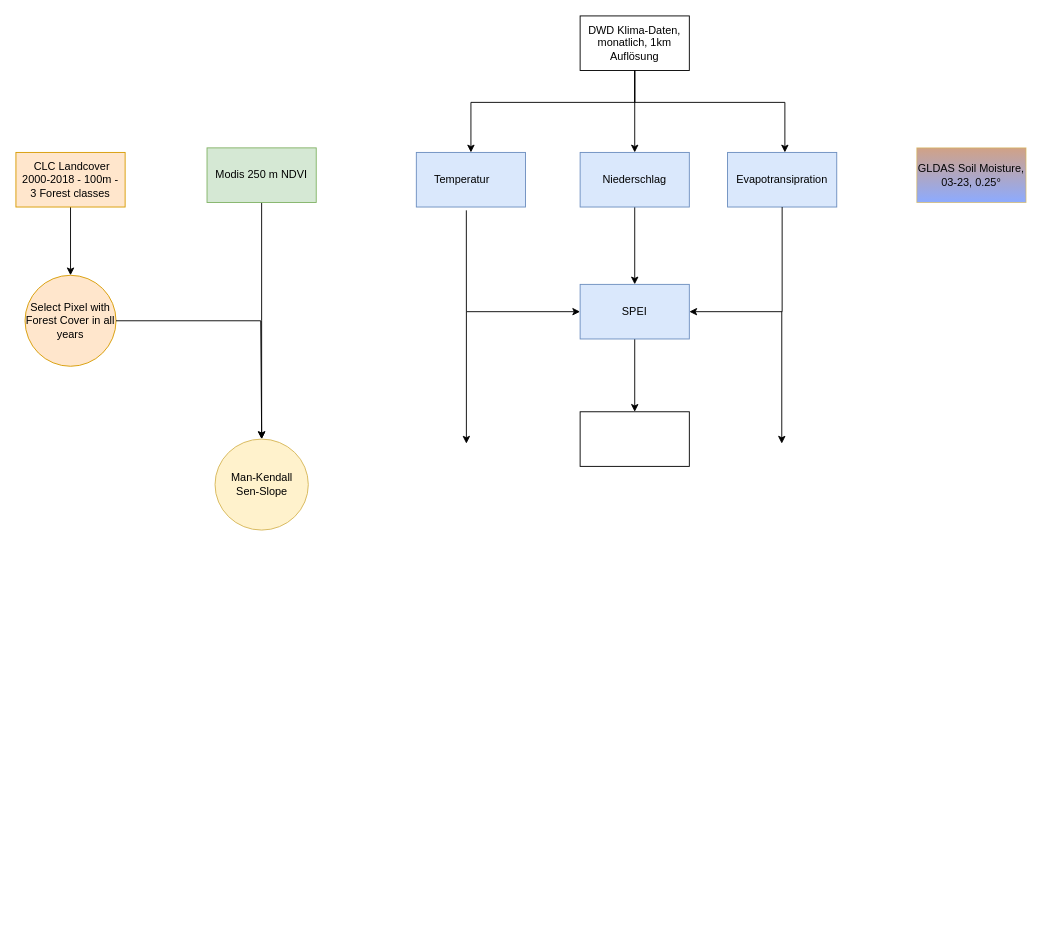
The draw.io diagram peng_project_github.drawio in luismaecker/Analyzing_Forest_Health, before the edit. Source tidied: cells renumbered, new cells numbered last; positions are measured from the earlier drawing's top-left corner, leaving out a move shared by most shapes. Both pictures are drawn from the tidied source at 91%, with x=0, y=0 at pixel (15, 15).
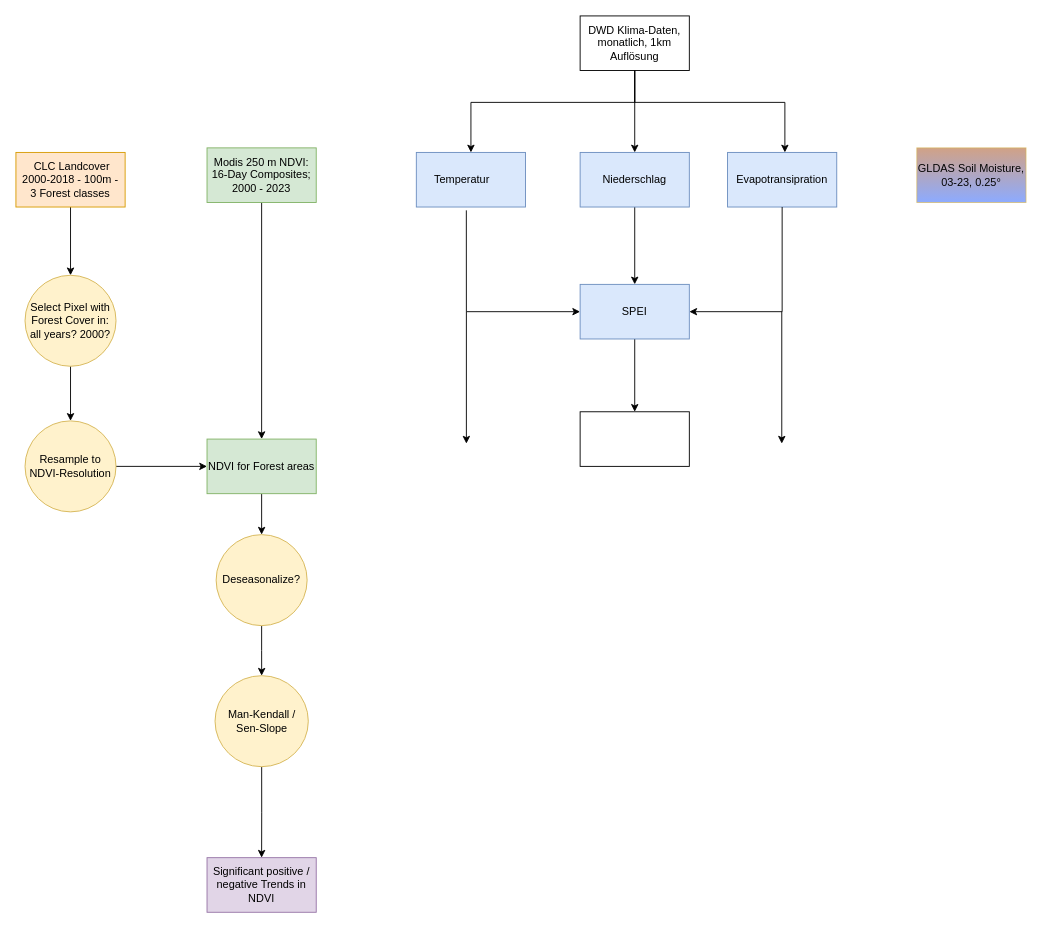
Above is the later version.

What changed in the source:
```diff
@@
-    <mxCell id="2" style="edgeStyle=orthogonalEdgeStyle;rounded=0;jettySize=auto;html=1;" parent="1" edge="1" source="3" target="22">
-      <mxGeometry relative="1" as="geometry" />
-    </mxCell>
+    <mxCell id="25" style="edgeStyle=orthogonalEdgeStyle;rounded=0;jettySize=auto;html=1;" parent="1" edge="1" source="3" target="29">
+      <mxGeometry relative="1" as="geometry" />
+    </mxCell>
-    <mxCell id="3" value="Modis 250 m NDVI" style="rounded=0;whiteSpace=wrap;html=1;fillColor=#d5e8d4;strokeColor=#82b366;" parent="1" vertex="1">
+    <mxCell id="3" value="Modis 250 m NDVI: 16-Day Composites; 2000 - 2023" style="rounded=0;whiteSpace=wrap;html=1;fillColor=#d5e8d4;strokeColor=#82b366;" parent="1" vertex="1">
       <mxGeometry x="210" y="145" width="120" height="60" as="geometry" />
     </mxCell>
@@
+    <mxCell id="26" style="edgeStyle=orthogonalEdgeStyle;rounded=0;jettySize=auto;html=1;" parent="1" edge="1" source="22" target="34">
+      <mxGeometry relative="1" as="geometry" />
+    </mxCell>
-    <mxCell id="22" value="Man-Kendall&lt;br&gt;Sen-Slope" style="ellipse;whiteSpace=wrap;html=1;fillColor=#fff2cc;strokeColor=#d6b656;rounded=0;" parent="1" vertex="1">
-      <mxGeometry x="218.8" y="465" width="102.5" height="100" as="geometry" />
+    <mxCell id="22" value="Man-Kendall /&lt;br&gt;Sen-Slope" style="ellipse;whiteSpace=wrap;html=1;fillColor=#fff2cc;strokeColor=#d6b656;rounded=0;" parent="1" vertex="1">
+      <mxGeometry x="218.8" y="725" width="102.5" height="100" as="geometry" />
     </mxCell>
+    <mxCell id="27" style="edgeStyle=orthogonalEdgeStyle;rounded=0;jettySize=auto;html=1;" parent="1" edge="1" source="23" target="33">
+      <mxGeometry relative="1" as="geometry" />
+    </mxCell>
-    <mxCell id="23" value="Select Pixel with Forest Cover in all years" style="ellipse;whiteSpace=wrap;html=1;fillColor=#ffe6cc;strokeColor=#d79b00;rounded=0;" parent="1" vertex="1">
+    <mxCell id="23" value="Select Pixel with Forest Cover in: all years? 2000?" style="ellipse;whiteSpace=wrap;html=1;fillColor=#fff2cc;strokeColor=#d6b656;rounded=0;" parent="1" vertex="1">
       <mxGeometry x="10" y="285" width="100" height="100" as="geometry" />
     </mxCell>
-    <mxCell id="24" style="endArrow=classic;html=1;rounded=0;exitX=1;exitY=0.5;exitDx=0;exitDy=0;entryX=0.5;entryY=0;entryDx=0;entryDy=0;" parent="1" edge="1" source="23" target="22">
-      <mxGeometry relative="1" as="geometry">
-        <Array as="points">
-          <mxPoint x="269" y="335" />
-        </Array>
-      </mxGeometry>
-    </mxCell>
+    <mxCell id="28" style="edgeStyle=orthogonalEdgeStyle;rounded=0;jettySize=auto;html=1;" parent="1" edge="1" source="29" target="31">
+      <mxGeometry relative="1" as="geometry" />
+    </mxCell>
+    <mxCell id="29" value="NDVI for Forest areas" style="whiteSpace=wrap;html=1;fillColor=#d5e8d4;strokeColor=#82b366;rounded=0;" parent="1" vertex="1">
+      <mxGeometry x="210" y="465" width="120" height="60" as="geometry" />
+    </mxCell>
+    <mxCell id="30" style="edgeStyle=orthogonalEdgeStyle;rounded=0;jettySize=auto;html=1;" parent="1" edge="1" source="31" target="22">
+      <mxGeometry relative="1" as="geometry" />
+    </mxCell>
+    <mxCell id="31" value="Deseasonalize?" style="ellipse;whiteSpace=wrap;html=1;fillColor=#fff2cc;strokeColor=#d6b656;rounded=0;" parent="1" vertex="1">
+      <mxGeometry x="220" y="570" width="100" height="100" as="geometry" />
+    </mxCell>
+    <mxCell id="32" style="edgeStyle=orthogonalEdgeStyle;rounded=0;jettySize=auto;html=1;" parent="1" edge="1" source="33" target="29">
+      <mxGeometry relative="1" as="geometry" />
+    </mxCell>
+    <mxCell id="33" value="Resample to NDVI-Resolution" style="ellipse;whiteSpace=wrap;html=1;fillColor=#fff2cc;strokeColor=#d6b656;rounded=0;" parent="1" vertex="1">
+      <mxGeometry x="10" y="445" width="100" height="100" as="geometry" />
+    </mxCell>
+    <mxCell id="34" value="Significant positive / negative Trends in NDVI" style="whiteSpace=wrap;html=1;fillColor=#e1d5e7;strokeColor=#9673a6;rounded=0;" parent="1" vertex="1">
+      <mxGeometry x="210" y="925" width="120" height="60" as="geometry" />
+    </mxCell>
```
